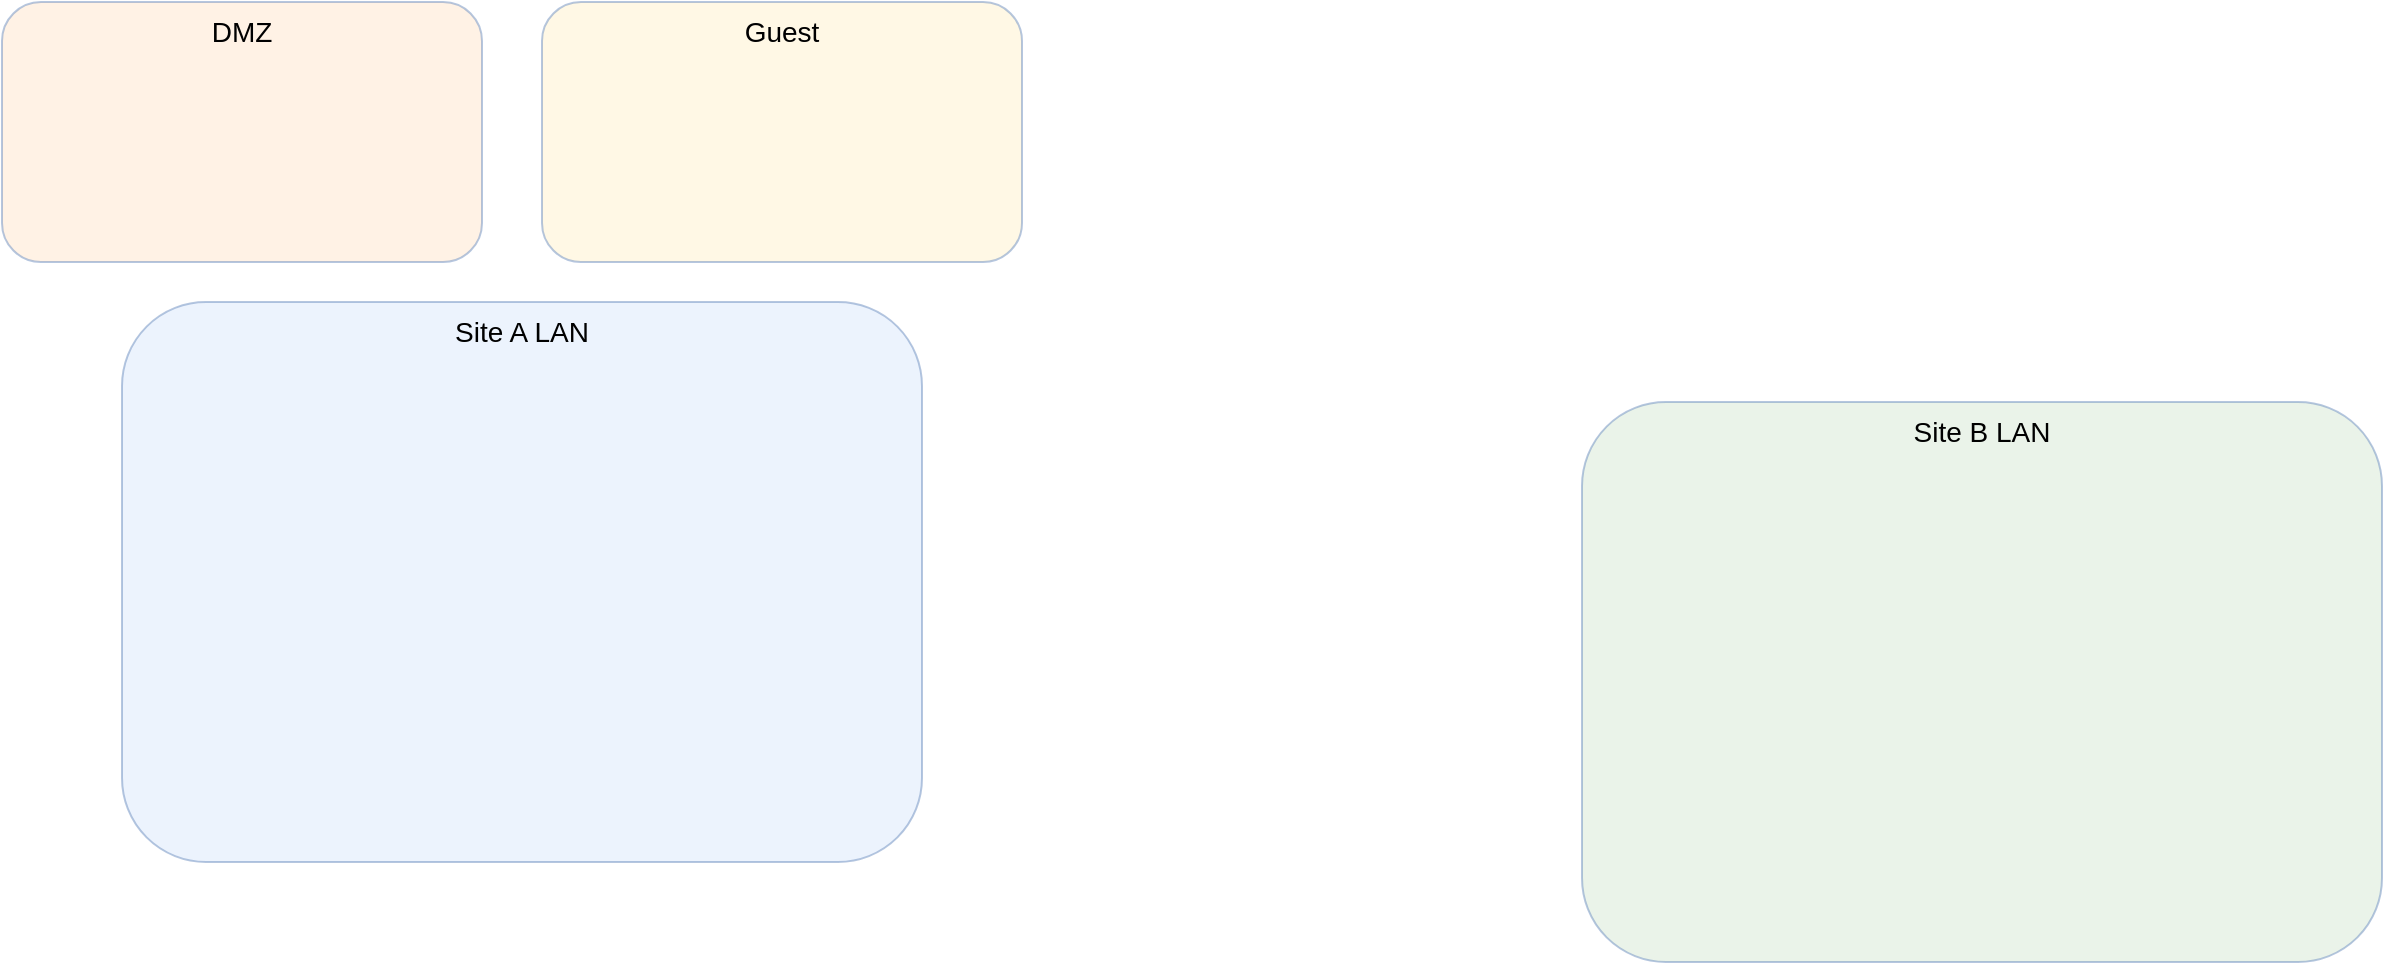
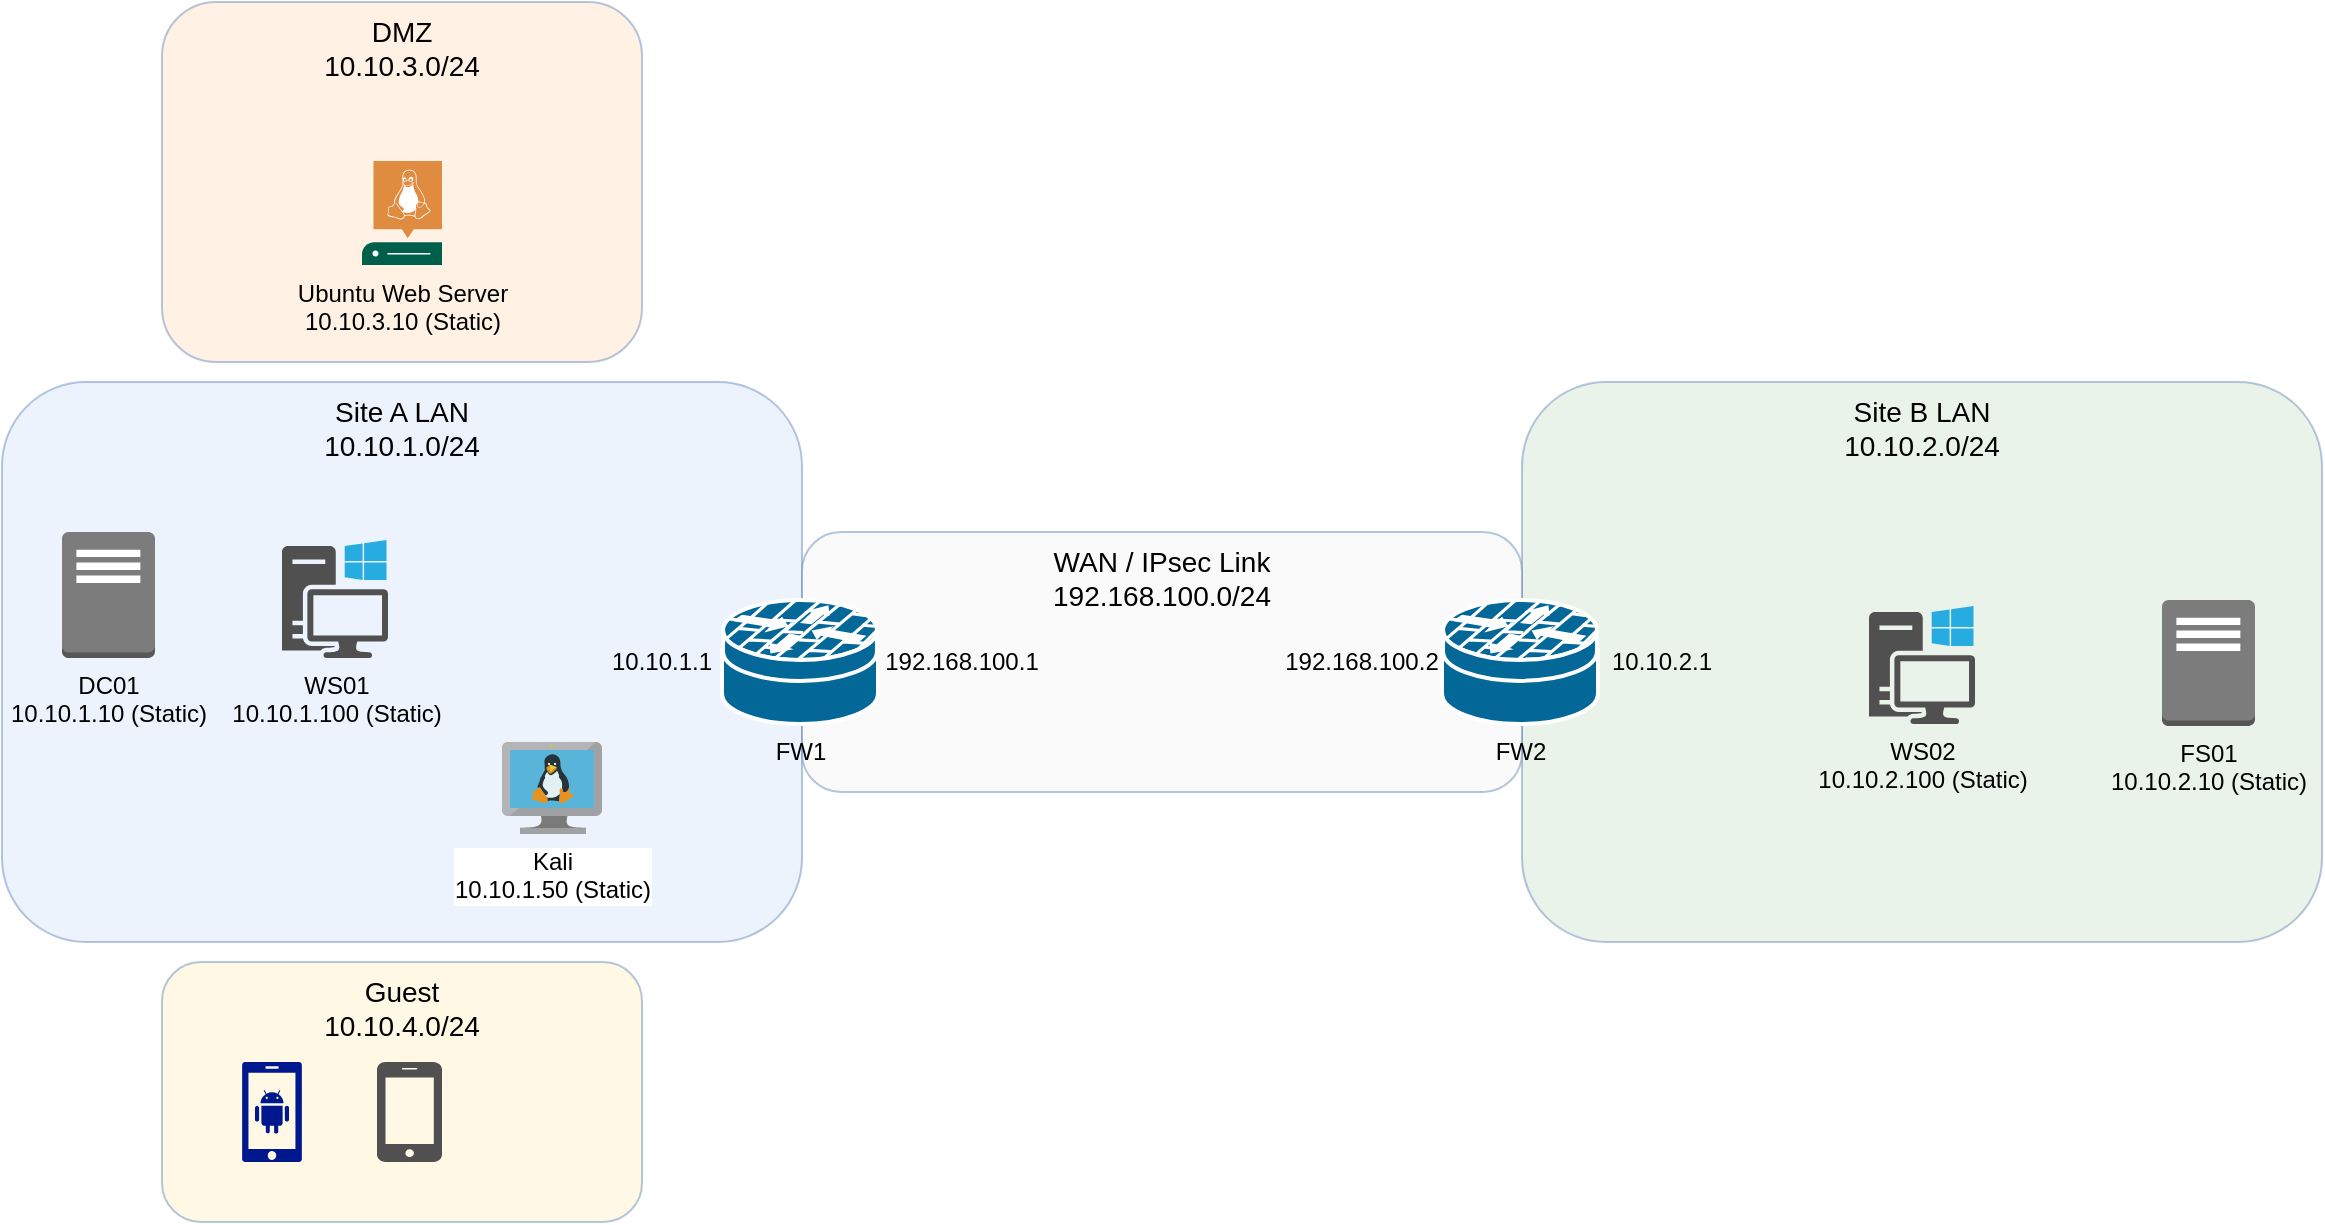
<mxfile host="app.diagrams.net">
  <diagram name="Page-1" id="aE-eTVAnwCrOjX7-gmKK">
-     <mxGraphModel dx="1814" dy="749" grid="1" gridSize="10" guides="1" tooltips="1" connect="1" arrows="1" fold="1" page="0" pageScale="1" pageWidth="850" pageHeight="1100" math="0" shadow="0">
+     <mxGraphModel dx="1814" dy="1149" grid="1" gridSize="10" guides="1" tooltips="1" connect="1" arrows="1" fold="1" page="0" pageScale="1" pageWidth="850" pageHeight="1100" math="0" shadow="0">
      <root>
        <mxCell id="0" />
        <mxCell id="1" parent="0" />
-         <mxCell id="EZgRDW7K4JCvW-KvDmnW-1" parent="1" style="rounded=1;whiteSpace=wrap;html=1;fillColor=#dae8fc;strokeColor=#6c8ebf;opacity=50;fontSize=14;verticalAlign=top;" value="Site A LAN" vertex="1">
-           <mxGeometry height="280" width="400" x="-70" y="160" as="geometry" />
+         <mxCell id="EZgRDW7K4JCvW-KvDmnW-1" parent="1" style="rounded=1;whiteSpace=wrap;html=1;fillColor=#dae8fc;strokeColor=#6c8ebf;opacity=50;fontSize=14;verticalAlign=top;" value="Site A LAN&lt;div&gt;10.10.1.0/24&lt;/div&gt;" vertex="1">
+           <mxGeometry height="280" width="400" x="-140" y="160" as="geometry" />
        </mxCell>
-         <mxCell id="EZgRDW7K4JCvW-KvDmnW-2" parent="1" style="rounded=1;whiteSpace=wrap;html=1;fillColor=#d5e8d4;strokeColor=#6c8ebf;opacity=50;fontSize=14;verticalAlign=top;" value="Site B LAN" vertex="1">
-           <mxGeometry height="280" width="400" x="660" y="210" as="geometry" />
+         <mxCell id="EZgRDW7K4JCvW-KvDmnW-2" parent="1" style="rounded=1;whiteSpace=wrap;html=1;fillColor=#d5e8d4;strokeColor=#6c8ebf;opacity=50;fontSize=14;verticalAlign=top;" value="Site B LAN&lt;div&gt;10.10.2.0/24&lt;/div&gt;" vertex="1">
+           <mxGeometry height="280" width="400" x="620" y="160" as="geometry" />
        </mxCell>
-         <mxCell id="EZgRDW7K4JCvW-KvDmnW-4" parent="1" style="rounded=1;whiteSpace=wrap;html=1;fillColor=#ffe6cc;strokeColor=#6c8ebf;opacity=50;fontSize=14;verticalAlign=top;" value="DMZ" vertex="1">
-           <mxGeometry height="130" width="240" x="-130" y="10" as="geometry" />
+         <mxCell id="EZgRDW7K4JCvW-KvDmnW-4" parent="1" style="rounded=1;whiteSpace=wrap;html=1;fillColor=#ffe6cc;strokeColor=#6c8ebf;opacity=50;fontSize=14;verticalAlign=top;" value="DMZ&lt;div&gt;10.10.3.0/24&lt;/div&gt;" vertex="1">
+           <mxGeometry height="180" width="240" x="-60" y="-30" as="geometry" />
        </mxCell>
-         <mxCell id="EZgRDW7K4JCvW-KvDmnW-5" parent="1" style="rounded=1;whiteSpace=wrap;html=1;fillColor=#fff2cc;strokeColor=#6c8ebf;opacity=50;fontSize=14;verticalAlign=top;" value="Guest" vertex="1">
-           <mxGeometry height="130" width="240" x="140" y="10" as="geometry" />
+         <mxCell id="EZgRDW7K4JCvW-KvDmnW-5" parent="1" style="rounded=1;whiteSpace=wrap;html=1;fillColor=#fff2cc;strokeColor=#6c8ebf;opacity=50;fontSize=14;verticalAlign=top;" value="Guest&lt;div&gt;10.10.4.0/24&lt;/div&gt;" vertex="1">
+           <mxGeometry height="130" width="240" x="-60" y="450" as="geometry" />
+         </mxCell>
+         <mxCell id="61pzecp0BBr4OFAzCy6C-1" parent="1" style="rounded=1;whiteSpace=wrap;html=1;fillColor=#f5f5f5;strokeColor=#6c8ebf;opacity=50;fontSize=14;verticalAlign=top;" value="WAN / IPsec Link&lt;div&gt;192.168.100.0/24&lt;/div&gt;" vertex="1">
+           <mxGeometry height="130" width="360" x="260" y="235" as="geometry" />
+         </mxCell>
+         <mxCell id="61pzecp0BBr4OFAzCy6C-2" parent="1" style="strokeColor=#ffffff;sketch=0;html=1;pointerEvents=1;dashed=0;fillColor=#036897;strokeWidth=2;verticalLabelPosition=bottom;verticalAlign=top;align=center;outlineConnect=0;shape=mxgraph.cisco.security.router_firewall;" value="&lt;div&gt;FW1&lt;/div&gt;" vertex="1">
+           <mxGeometry height="62" width="78" x="220" y="269" as="geometry" />
+         </mxCell>
+         <mxCell id="61pzecp0BBr4OFAzCy6C-3" parent="1" style="strokeColor=#ffffff;sketch=0;html=1;pointerEvents=1;dashed=0;fillColor=#036897;strokeWidth=2;verticalLabelPosition=bottom;verticalAlign=top;align=center;outlineConnect=0;shape=mxgraph.cisco.security.router_firewall;" value="FW2" vertex="1">
+           <mxGeometry height="62" width="78" x="580" y="269" as="geometry" />
+         </mxCell>
+         <mxCell id="61pzecp0BBr4OFAzCy6C-6" parent="1" style="text;html=1;whiteSpace=wrap;strokeColor=none;fillColor=none;align=center;verticalAlign=middle;rounded=0;" value="192.168.100.1" vertex="1">
+           <mxGeometry height="30" width="60" x="310" y="285" as="geometry" />
+         </mxCell>
+         <mxCell id="61pzecp0BBr4OFAzCy6C-7" parent="1" style="text;html=1;whiteSpace=wrap;strokeColor=none;fillColor=none;align=center;verticalAlign=middle;rounded=0;" value="192.168.100.2" vertex="1">
+           <mxGeometry height="30" width="60" x="510" y="285" as="geometry" />
+         </mxCell>
+         <mxCell id="61pzecp0BBr4OFAzCy6C-8" parent="1" style="text;html=1;whiteSpace=wrap;strokeColor=none;fillColor=none;align=center;verticalAlign=middle;rounded=0;" value="10.10.1.1" vertex="1">
+           <mxGeometry height="30" width="60" x="160" y="285" as="geometry" />
+         </mxCell>
+         <mxCell id="61pzecp0BBr4OFAzCy6C-9" parent="1" style="text;html=1;whiteSpace=wrap;strokeColor=none;fillColor=none;align=center;verticalAlign=middle;rounded=0;" value="10.10.2.1" vertex="1">
+           <mxGeometry height="30" width="60" x="660" y="285" as="geometry" />
+         </mxCell>
+         <mxCell id="61pzecp0BBr4OFAzCy6C-10" parent="1" style="outlineConnect=0;dashed=0;verticalLabelPosition=bottom;verticalAlign=top;align=center;html=1;shape=mxgraph.aws3.traditional_server;fillColor=#7D7C7C;gradientColor=none;" value="DC01&lt;div&gt;10.10.1.10 (Static)&lt;/div&gt;" vertex="1">
+           <mxGeometry height="63" width="46.5" x="-110" y="235" as="geometry" />
+         </mxCell>
+         <mxCell id="61pzecp0BBr4OFAzCy6C-11" parent="1" style="outlineConnect=0;dashed=0;verticalLabelPosition=bottom;verticalAlign=top;align=center;html=1;shape=mxgraph.aws3.traditional_server;fillColor=#7D7C7C;gradientColor=none;" value="FS01&lt;div&gt;10.10.2.10 (Static)&lt;/div&gt;" vertex="1">
+           <mxGeometry height="63" width="46.5" x="940" y="269" as="geometry" />
+         </mxCell>
+         <mxCell id="61pzecp0BBr4OFAzCy6C-12" parent="1" style="sketch=0;pointerEvents=1;shadow=0;dashed=0;html=1;strokeColor=none;fillColor=#505050;labelPosition=center;verticalLabelPosition=bottom;verticalAlign=top;outlineConnect=0;align=center;shape=mxgraph.office.devices.workstation_pc;" value="WS01&lt;div&gt;10.10.1.100 (Static)&lt;/div&gt;" vertex="1">
+           <mxGeometry height="59" width="53" y="239" as="geometry" />
+         </mxCell>
+         <mxCell id="61pzecp0BBr4OFAzCy6C-13" parent="1" style="sketch=0;pointerEvents=1;shadow=0;dashed=0;html=1;strokeColor=none;fillColor=#505050;labelPosition=center;verticalLabelPosition=bottom;verticalAlign=top;outlineConnect=0;align=center;shape=mxgraph.office.devices.workstation_pc;" value="WS02&lt;div&gt;10.10.2.100 (Static)&lt;/div&gt;" vertex="1">
+           <mxGeometry height="59" width="53" x="793.5" y="272" as="geometry" />
+         </mxCell>
+         <mxCell id="61pzecp0BBr4OFAzCy6C-14" parent="1" style="sketch=0;pointerEvents=1;shadow=0;dashed=0;html=1;strokeColor=none;fillColor=#005F4B;labelPosition=center;verticalLabelPosition=bottom;verticalAlign=top;align=center;outlineConnect=0;shape=mxgraph.veeam2.linux_server;" value="Ubuntu Web Server&lt;div&gt;10.10.3.10 (Static)&lt;/div&gt;" vertex="1">
+           <mxGeometry height="52" width="40" x="40" y="49.5" as="geometry" />
+         </mxCell>
+         <mxCell id="61pzecp0BBr4OFAzCy6C-18" parent="1" style="image;sketch=0;aspect=fixed;html=1;points=[];align=center;fontSize=12;image=img/lib/mscae/VM_Linux.svg;" value="Kali&lt;div&gt;10.10.1.50 (Static)&lt;/div&gt;" vertex="1">
+           <mxGeometry height="46" width="50" x="110" y="340" as="geometry" />
+         </mxCell>
+         <mxCell id="61pzecp0BBr4OFAzCy6C-19" parent="1" style="sketch=0;aspect=fixed;pointerEvents=1;shadow=0;dashed=0;html=1;strokeColor=none;labelPosition=center;verticalLabelPosition=bottom;verticalAlign=top;align=center;fillColor=#00188D;shape=mxgraph.mscae.enterprise.android_phone" value="" vertex="1">
+           <mxGeometry height="50" width="30" x="-20" y="500" as="geometry" />
+         </mxCell>
+         <mxCell id="61pzecp0BBr4OFAzCy6C-20" parent="1" style="sketch=0;pointerEvents=1;shadow=0;dashed=0;html=1;strokeColor=none;fillColor=#505050;labelPosition=center;verticalLabelPosition=bottom;verticalAlign=top;outlineConnect=0;align=center;shape=mxgraph.office.devices.cell_phone_iphone_standalone;" value="" vertex="1">
+           <mxGeometry height="50" width="32.5" x="47.5" y="500" as="geometry" />
        </mxCell>
      </root>
    </mxGraphModel>
  </diagram>
</mxfile>
